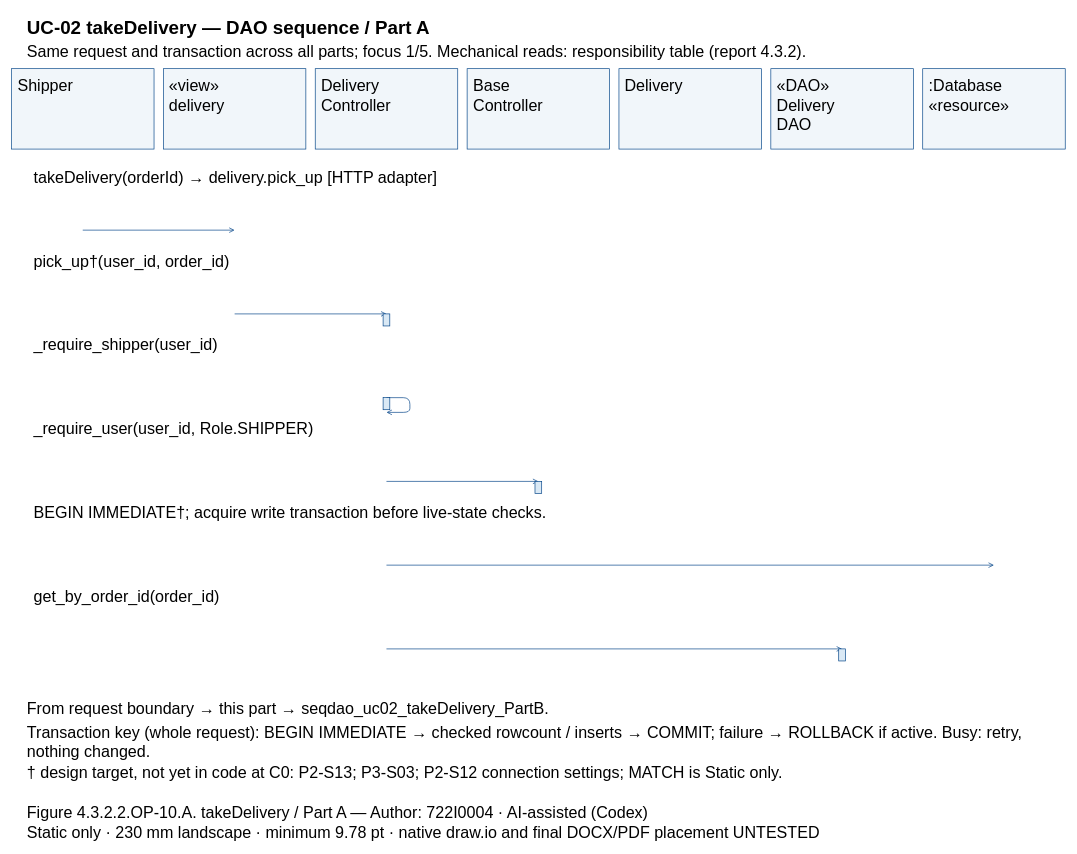
Dat071104/SaigonBite keeps this draw.io diagram as models/UC-02/seqdao_uc02_takeDelivery_PartA.drawio. Above is the earlier version. Source tidied: cells renumbered, new cells numbered last; positions are measured from the earlier drawing's top-left corner, leaving out a move shared by most shapes. Both pictures are drawn from the tidied source at 67%, with x=0, y=0 at pixel (11, 11).
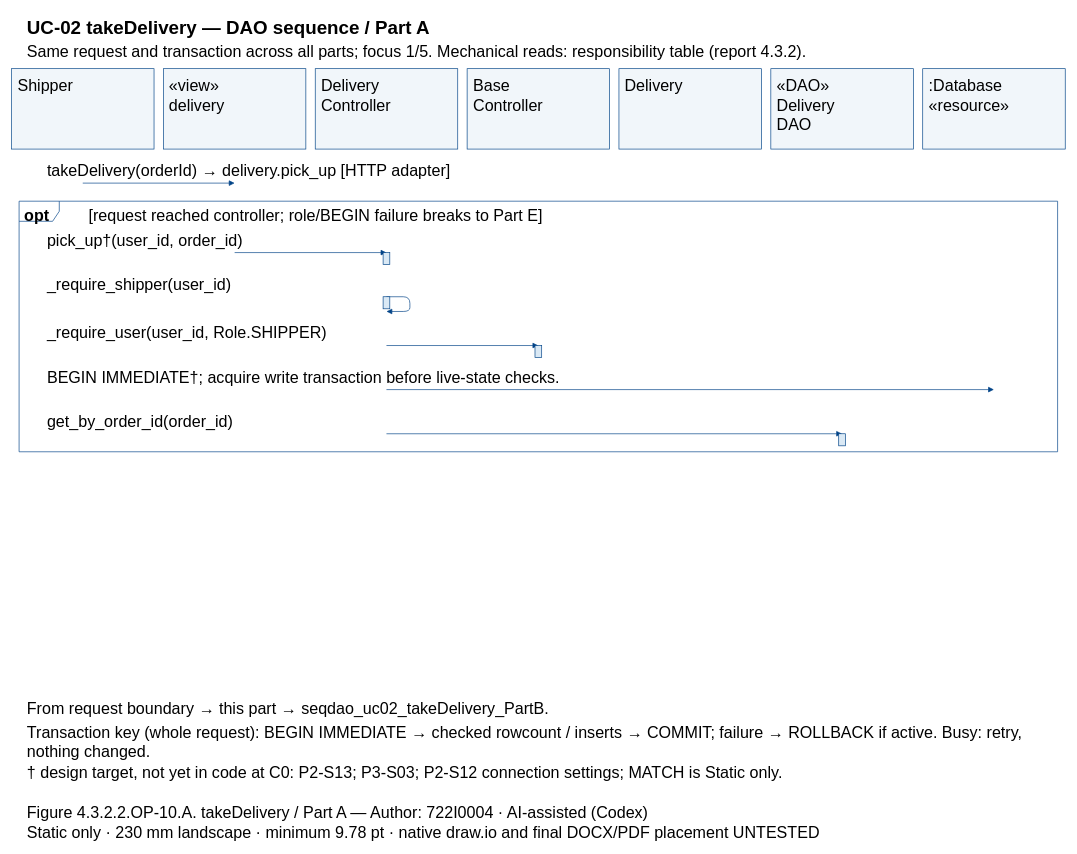
The same diagram, later.

The edit, as a diff of the source:
```diff
@@
+    <mxCell id="51" style="shape=umlFrame;fillColor=none;strokeColor=#004387;" parent="1" vertex="1">
+      <mxGeometry x="11" y="282.8" width="1550" height="374" as="geometry" />
+    </mxCell>
@@
-    <mxCell id="17" value=":Database&#10;«resource»" style="text;html=0;whiteSpace=wrap;align=left;verticalAlign=top;strokeColor=none;fillColor=none;fontFamily=Arial;fontSize=24;fontStyle=0;" parent="1" vertex="1">
-      <mxGeometry x="1366.7" y="90" width="198.7" height="55.7" as="geometry" />
-    </mxCell>
-    <mxCell id="18" value="takeDelivery(orderId) → delivery.pick_up [HTTP adapter]" style="text;html=0;whiteSpace=wrap;align=left;verticalAlign=top;strokeColor=none;fillColor=none;fontFamily=Arial;fontSize=24;fontStyle=0;" parent="1" vertex="1">
-      <mxGeometry x="31" y="227" width="1510" height="27.8" as="geometry" />
+    <mxCell id="18" value=":Database&#10;«resource»" style="text;html=0;whiteSpace=wrap;align=left;verticalAlign=top;strokeColor=none;fillColor=none;fontFamily=Arial;fontSize=24;fontStyle=0;" parent="1" vertex="1">
+      <mxGeometry x="1366.7" y="90" width="198.7" height="55.7" as="geometry" />
     </mxCell>
+    <mxCell id="52" value="opt" style="text;html=0;whiteSpace=wrap;align=left;verticalAlign=top;strokeColor=none;fillColor=none;fontFamily=Arial;fontSize=24;fontStyle=1;" parent="1" vertex="1">
+      <mxGeometry x="17" y="283.8" width="84" height="27.8" as="geometry" />
+    </mxCell>
+    <mxCell id="53" value="[request reached controller; role/BEGIN failure breaks to Part E]" style="text;html=0;whiteSpace=wrap;align=left;verticalAlign=top;strokeColor=none;fillColor=none;fontFamily=Arial;fontSize=24;fontStyle=0;" parent="1" vertex="1">
+      <mxGeometry x="113" y="283.8" width="1438" height="27.8" as="geometry" />
+    </mxCell>
+    <mxCell id="54" value="takeDelivery(orderId) → delivery.pick_up [HTTP adapter]" style="text;html=0;whiteSpace=wrap;align=left;verticalAlign=top;strokeColor=none;fillColor=none;fontFamily=Arial;fontSize=24;fontStyle=0;" parent="1" vertex="1">
+      <mxGeometry x="51" y="217" width="1470" height="27.8" as="geometry" />
+    </mxCell>
     <mxCell id="19" style="opacity=0;" parent="1" vertex="1">
-      <mxGeometry x="106" y="326" as="geometry" />
+      <mxGeometry x="106" y="255.8" as="geometry" />
     </mxCell>
     <mxCell id="20" style="opacity=0;" parent="1" vertex="1">
-      <mxGeometry x="332.7" y="326" as="geometry" />
+      <mxGeometry x="332.7" y="255.8" as="geometry" />
     </mxCell>
-    <mxCell id="21" style="edgeStyle=none;endArrow=open;strokeColor=#004387;exitX=0.5;entryX=0.5;exitPerimeter=0;entryPerimeter=0;" parent="1" edge="1" source="19" target="20">
+    <mxCell id="21" style="edgeStyle=none;endArrow=block;endFill=1;strokeColor=#004387;exitX=0.5;entryX=0.5;exitPerimeter=0;entryPerimeter=0;" parent="1" edge="1" source="19" target="20">
       <mxGeometry relative="1" as="geometry" />
     </mxCell>
-    <mxCell id="22" value="pick_up†(user_id, order_id)" style="text;html=0;whiteSpace=wrap;align=left;verticalAlign=top;strokeColor=none;fillColor=none;fontFamily=Arial;fontSize=24;fontStyle=0;" parent="1" vertex="1">
-      <mxGeometry x="31" y="352" width="1510" height="27.8" as="geometry" />
-    </mxCell>
+    <mxCell id="27" value="pick_up†(user_id, order_id)" style="text;html=0;whiteSpace=wrap;align=left;verticalAlign=top;strokeColor=none;fillColor=none;fontFamily=Arial;fontSize=24;fontStyle=0;" parent="1" vertex="1">
+      <mxGeometry x="51" y="320.7" width="1470" height="27.8" as="geometry" />
+    </mxCell>
     <mxCell id="23" style="opacity=0;" parent="1" vertex="1">
-      <mxGeometry x="332.7" y="451" as="geometry" />
+      <mxGeometry x="332.7" y="359.5" as="geometry" />
     </mxCell>
     <mxCell id="24" style="opacity=0;" parent="1" vertex="1">
-      <mxGeometry x="559.3" y="451" as="geometry" />
+      <mxGeometry x="559.3" y="359.5" as="geometry" />
     </mxCell>
-    <mxCell id="25" style="edgeStyle=none;endArrow=open;strokeColor=#004387;exitX=0.5;entryX=0.5;exitPerimeter=0;entryPerimeter=0;" parent="1" edge="1" source="23" target="24">
+    <mxCell id="25" style="edgeStyle=none;endArrow=block;endFill=1;strokeColor=#004387;exitX=0.5;entryX=0.5;exitPerimeter=0;entryPerimeter=0;" parent="1" edge="1" source="23" target="24">
       <mxGeometry relative="1" as="geometry" />
     </mxCell>
-    <mxCell id="26" style="fillColor=#DAE9F5;strokeColor=#004387;" parent="1" vertex="1">
-      <mxGeometry x="554.3" y="451" width="10" height="18" as="geometry" />
-    </mxCell>
-    <mxCell id="27" value="_require_shipper(user_id)" style="text;html=0;whiteSpace=wrap;align=left;verticalAlign=top;strokeColor=none;fillColor=none;fontFamily=Arial;fontSize=24;fontStyle=0;" parent="1" vertex="1">
-      <mxGeometry x="31" y="477" width="1510" height="27.8" as="geometry" />
-    </mxCell>
+    <mxCell id="31" style="fillColor=#DAE9F5;strokeColor=#004387;" parent="1" vertex="1">
+      <mxGeometry x="554.3" y="359.5" width="10" height="18" as="geometry" />
+    </mxCell>
+    <mxCell id="32" value="_require_shipper(user_id)" style="text;html=0;whiteSpace=wrap;align=left;verticalAlign=top;strokeColor=none;fillColor=none;fontFamily=Arial;fontSize=24;fontStyle=0;" parent="1" vertex="1">
+      <mxGeometry x="51" y="386.5" width="1470" height="27.8" as="geometry" />
+    </mxCell>
     <mxCell id="28" style="opacity=0;" parent="1" vertex="1">
-      <mxGeometry x="559.3" y="576" as="geometry" />
+      <mxGeometry x="559.3" y="425.4" as="geometry" />
     </mxCell>
     <mxCell id="29" style="opacity=0;" parent="1" vertex="1">
-      <mxGeometry x="559.3" y="598" as="geometry" />
+      <mxGeometry x="559.3" y="447.4" as="geometry" />
     </mxCell>
-    <mxCell id="30" style="edgeStyle=none;endArrow=open;strokeColor=#004387;exitX=0.5;entryX=0.5;exitPerimeter=0;entryPerimeter=0;" parent="1" edge="1" source="28" target="29">
+    <mxCell id="30" style="edgeStyle=none;endArrow=block;endFill=1;strokeColor=#004387;exitX=0.5;entryX=0.5;exitPerimeter=0;entryPerimeter=0;" parent="1" edge="1" source="28" target="29">
       <mxGeometry relative="1" as="geometry">
         <Array as="points">
-          <mxPoint x="594.3" y="576" />
-          <mxPoint x="594.3" y="598" />
+          <mxPoint x="594.3" y="425.4" />
+          <mxPoint x="594.3" y="447.4" />
         </Array>
       </mxGeometry>
     </mxCell>
-    <mxCell id="31" style="fillColor=#DAE9F5;strokeColor=#004387;" parent="1" vertex="1">
-      <mxGeometry x="554.3" y="576" width="10" height="18" as="geometry" />
-    </mxCell>
-    <mxCell id="32" value="_require_user(user_id, Role.SHIPPER)" style="text;html=0;whiteSpace=wrap;align=left;verticalAlign=top;strokeColor=none;fillColor=none;fontFamily=Arial;fontSize=24;fontStyle=0;" parent="1" vertex="1">
-      <mxGeometry x="31" y="602" width="1510" height="27.8" as="geometry" />
-    </mxCell>
+    <mxCell id="36" style="fillColor=#DAE9F5;strokeColor=#004387;" parent="1" vertex="1">
+      <mxGeometry x="554.3" y="425.4" width="10" height="18" as="geometry" />
+    </mxCell>
+    <mxCell id="37" value="_require_user(user_id, Role.SHIPPER)" style="text;html=0;whiteSpace=wrap;align=left;verticalAlign=top;strokeColor=none;fillColor=none;fontFamily=Arial;fontSize=24;fontStyle=0;" parent="1" vertex="1">
+      <mxGeometry x="51" y="459.4" width="1470" height="27.8" as="geometry" />
+    </mxCell>
     <mxCell id="33" style="opacity=0;" parent="1" vertex="1">
-      <mxGeometry x="559.3" y="701" as="geometry" />
+      <mxGeometry x="559.3" y="498.2" as="geometry" />
     </mxCell>
     <mxCell id="34" style="opacity=0;" parent="1" vertex="1">
-      <mxGeometry x="786" y="701" as="geometry" />
+      <mxGeometry x="786" y="498.2" as="geometry" />
     </mxCell>
-    <mxCell id="35" style="edgeStyle=none;endArrow=open;strokeColor=#004387;exitX=0.5;entryX=0.5;exitPerimeter=0;entryPerimeter=0;" parent="1" edge="1" source="33" target="34">
+    <mxCell id="35" style="edgeStyle=none;endArrow=block;endFill=1;strokeColor=#004387;exitX=0.5;entryX=0.5;exitPerimeter=0;entryPerimeter=0;" parent="1" edge="1" source="33" target="34">
       <mxGeometry relative="1" as="geometry" />
     </mxCell>
-    <mxCell id="36" style="fillColor=#DAE9F5;strokeColor=#004387;" parent="1" vertex="1">
-      <mxGeometry x="781" y="701" width="10" height="18" as="geometry" />
-    </mxCell>
-    <mxCell id="37" value="BEGIN IMMEDIATE†; acquire write transaction before live-state checks." style="text;html=0;whiteSpace=wrap;align=left;verticalAlign=top;strokeColor=none;fillColor=none;fontFamily=Arial;fontSize=24;fontStyle=0;" parent="1" vertex="1">
-      <mxGeometry x="31" y="727" width="1510" height="27.8" as="geometry" />
-    </mxCell>
+    <mxCell id="55" style="fillColor=#DAE9F5;strokeColor=#004387;" parent="1" vertex="1">
+      <mxGeometry x="781" y="498.2" width="10" height="18" as="geometry" />
+    </mxCell>
+    <mxCell id="56" value="BEGIN IMMEDIATE†; acquire write transaction before live-state checks." style="text;html=0;whiteSpace=wrap;align=left;verticalAlign=top;strokeColor=none;fillColor=none;fontFamily=Arial;fontSize=24;fontStyle=0;" parent="1" vertex="1">
+      <mxGeometry x="51" y="525.2" width="1470" height="27.8" as="geometry" />
+    </mxCell>
     <mxCell id="38" style="opacity=0;" parent="1" vertex="1">
-      <mxGeometry x="559.3" y="826" as="geometry" />
+      <mxGeometry x="559.3" y="564" as="geometry" />
     </mxCell>
     <mxCell id="39" style="opacity=0;" parent="1" vertex="1">
-      <mxGeometry x="1466" y="826" as="geometry" />
+      <mxGeometry x="1466" y="564" as="geometry" />
     </mxCell>
-    <mxCell id="40" style="edgeStyle=none;endArrow=open;strokeColor=#004387;exitX=0.5;entryX=0.5;exitPerimeter=0;entryPerimeter=0;" parent="1" edge="1" source="38" target="39">
+    <mxCell id="40" style="edgeStyle=none;endArrow=block;endFill=1;strokeColor=#004387;exitX=0.5;entryX=0.5;exitPerimeter=0;entryPerimeter=0;" parent="1" edge="1" source="38" target="39">
       <mxGeometry relative="1" as="geometry" />
     </mxCell>
-    <mxCell id="41" value="get_by_order_id(order_id)" style="text;html=0;whiteSpace=wrap;align=left;verticalAlign=top;strokeColor=none;fillColor=none;fontFamily=Arial;fontSize=24;fontStyle=0;" parent="1" vertex="1">
-      <mxGeometry x="31" y="852" width="1510" height="27.8" as="geometry" />
-    </mxCell>
+    <mxCell id="46" value="get_by_order_id(order_id)" style="text;html=0;whiteSpace=wrap;align=left;verticalAlign=top;strokeColor=none;fillColor=none;fontFamily=Arial;fontSize=24;fontStyle=0;" parent="1" vertex="1">
+      <mxGeometry x="51" y="591" width="1470" height="27.8" as="geometry" />
+    </mxCell>
     <mxCell id="42" style="opacity=0;" parent="1" vertex="1">
-      <mxGeometry x="559.3" y="951" as="geometry" />
+      <mxGeometry x="559.3" y="629.9" as="geometry" />
     </mxCell>
     <mxCell id="43" style="opacity=0;" parent="1" vertex="1">
-      <mxGeometry x="1239.3" y="951" as="geometry" />
+      <mxGeometry x="1239.3" y="629.9" as="geometry" />
     </mxCell>
-    <mxCell id="44" style="edgeStyle=none;endArrow=open;strokeColor=#004387;exitX=0.5;entryX=0.5;exitPerimeter=0;entryPerimeter=0;" parent="1" edge="1" source="42" target="43">
+    <mxCell id="44" style="edgeStyle=none;endArrow=block;endFill=1;strokeColor=#004387;exitX=0.5;entryX=0.5;exitPerimeter=0;entryPerimeter=0;" parent="1" edge="1" source="42" target="43">
       <mxGeometry relative="1" as="geometry" />
     </mxCell>
-    <mxCell id="45" style="fillColor=#DAE9F5;strokeColor=#004387;" parent="1" vertex="1">
-      <mxGeometry x="1234.3" y="951" width="10" height="18" as="geometry" />
-    </mxCell>
-    <mxCell id="46" value="From request boundary → this part → seqdao_uc02_takeDelivery_PartB." style="text;html=0;whiteSpace=wrap;align=left;verticalAlign=top;strokeColor=none;fillColor=none;fontFamily=Arial;fontSize=24;fontStyle=0;" parent="1" vertex="1">
-      <mxGeometry x="21" y="1020" width="1530" height="27.8" as="geometry" />
-    </mxCell>
-    <mxCell id="47" value="Transaction key (whole request): BEGIN IMMEDIATE → checked rowcount / inserts → COMMIT; failure → ROLLBACK if active. Busy: retry,&#10;nothing changed." style="text;html=0;whiteSpace=wrap;align=left;verticalAlign=top;strokeColor=none;fillColor=none;fontFamily=Arial;fontSize=24;fontStyle=0;" parent="1" vertex="1">
-      <mxGeometry x="21" y="1055" width="1530" height="55.7" as="geometry" />
-    </mxCell>
-    <mxCell id="48" value="† design target, not yet in code at C0: P2-S13; P3-S03; P2-S12 connection settings; MATCH is Static only." style="text;html=0;whiteSpace=wrap;align=left;verticalAlign=top;strokeColor=none;fillColor=none;fontFamily=Arial;fontSize=24;fontStyle=0;" parent="1" vertex="1">
-      <mxGeometry x="21" y="1115" width="1530" height="27.8" as="geometry" />
-    </mxCell>
+    <mxCell id="57" style="fillColor=#DAE9F5;strokeColor=#004387;" parent="1" vertex="1">
+      <mxGeometry x="1234.3" y="629.9" width="10" height="18" as="geometry" />
+    </mxCell>
-    <mxCell id="49" value="Figure 4.3.2.2.OP-10.A. takeDelivery / Part A — Author: 722I0004 · AI-assisted (Codex)" style="text;html=0;whiteSpace=wrap;align=left;verticalAlign=top;strokeColor=none;fillColor=none;fontFamily=Arial;fontSize=24;fontStyle=0;" parent="1" vertex="1">
-      <mxGeometry x="21" y="1175" width="1530" height="27.8" as="geometry" />
+    <mxCell id="49" value="From request boundary → this part → seqdao_uc02_takeDelivery_PartB." style="text;html=0;whiteSpace=wrap;align=left;verticalAlign=top;strokeColor=none;fillColor=none;fontFamily=Arial;fontSize=24;fontStyle=0;" parent="1" vertex="1">
+      <mxGeometry x="21" y="1020" width="1530" height="27.8" as="geometry" />
     </mxCell>
-    <mxCell id="50" value="Static only · 230 mm landscape · minimum 9.78 pt · native draw.io and final DOCX/PDF placement UNTESTED" style="text;html=0;whiteSpace=wrap;align=left;verticalAlign=top;strokeColor=none;fillColor=none;fontFamily=Arial;fontSize=24;fontStyle=0;" parent="1" vertex="1">
-      <mxGeometry x="21" y="1205" width="1530" height="27.8" as="geometry" />
+    <mxCell id="50" value="Transaction key (whole request): BEGIN IMMEDIATE → checked rowcount / inserts → COMMIT; failure → ROLLBACK if active. Busy: retry,&#10;nothing changed." style="text;html=0;whiteSpace=wrap;align=left;verticalAlign=top;strokeColor=none;fillColor=none;fontFamily=Arial;fontSize=24;fontStyle=0;" parent="1" vertex="1">
+      <mxGeometry x="21" y="1055" width="1530" height="55.7" as="geometry" />
     </mxCell>
+    <mxCell id="48" value="† design target, not yet in code at C0: P2-S13; P3-S03; P2-S12 connection settings; MATCH is Static only." style="text;html=0;whiteSpace=wrap;align=left;verticalAlign=top;strokeColor=none;fillColor=none;fontFamily=Arial;fontSize=24;fontStyle=0;" parent="1" vertex="1">
+      <mxGeometry x="21" y="1115" width="1530" height="27.8" as="geometry" />
+    </mxCell>
+    <mxCell id="58" value="Figure 4.3.2.2.OP-10.A. takeDelivery / Part A — Author: 722I0004 · AI-assisted (Codex)" style="text;html=0;whiteSpace=wrap;align=left;verticalAlign=top;strokeColor=none;fillColor=none;fontFamily=Arial;fontSize=24;fontStyle=0;" parent="1" vertex="1">
+      <mxGeometry x="21" y="1175" width="1530" height="27.8" as="geometry" />
+    </mxCell>
+    <mxCell id="59" value="Static only · 230 mm landscape · minimum 9.78 pt · native draw.io and final DOCX/PDF placement UNTESTED" style="text;html=0;whiteSpace=wrap;align=left;verticalAlign=top;strokeColor=none;fillColor=none;fontFamily=Arial;fontSize=24;fontStyle=0;" parent="1" vertex="1">
+      <mxGeometry x="21" y="1205" width="1530" height="27.8" as="geometry" />
+    </mxCell>
```
